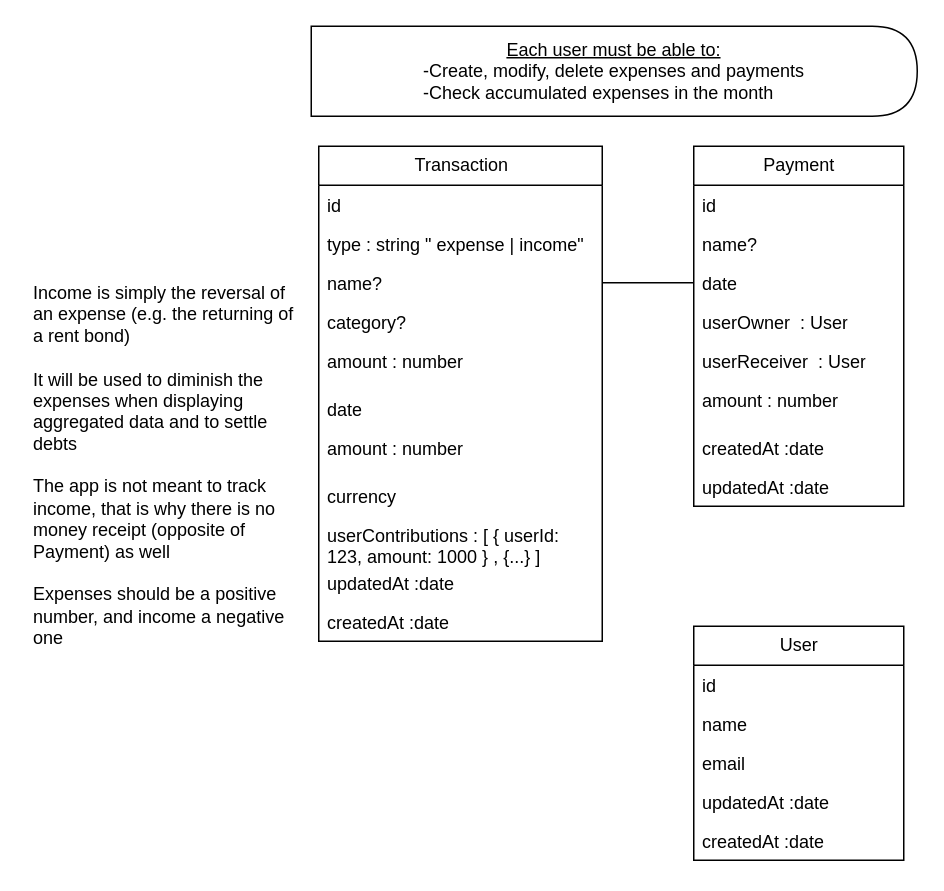
Earlier version of the draw.io diagram specsAndEntities.drawio (jandreslami/splitmoney). Source tidied: cells renumbered, new cells numbered last; positions are measured from the earlier drawing's top-left corner, leaving out a move shared by most shapes. Both pictures are drawn from the tidied source at 150%, with x=0, y=0 at pixel (26, 26).
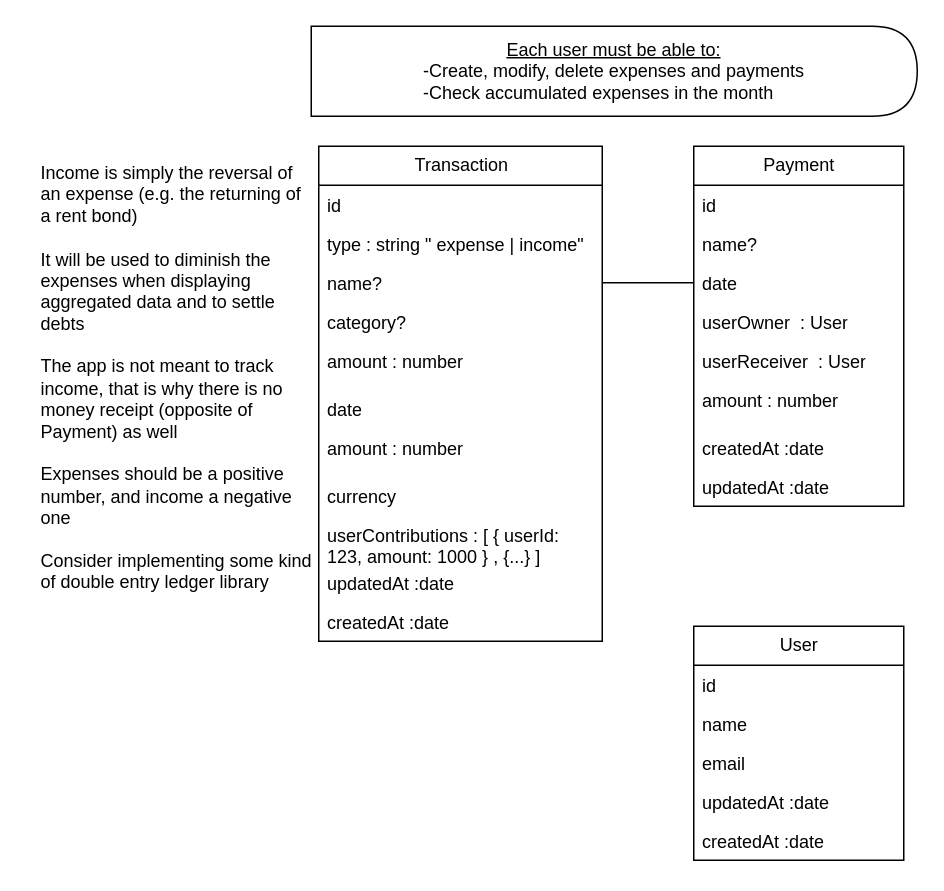
Above is the later version.

Commit message:
Update entities model

Diff of the diagram source:
```diff
@@
-    <mxCell id="31" value="&lt;h1&gt;&lt;br&gt;&lt;/h1&gt;&lt;div&gt;Income is simply the reversal of an expense (e.g. the returning of a rent bond)&lt;/div&gt;&lt;div&gt;&lt;br&gt;&lt;/div&gt;&lt;div&gt;It will be used to diminish the expenses when displaying aggregated data and to settle debts&lt;/div&gt;&lt;div&gt;&lt;br&gt;&lt;/div&gt;&lt;div&gt;The app is not meant to track income, that is why there is no money receipt (opposite of Payment) as well&lt;/div&gt;&lt;div&gt;&lt;br&gt;&lt;/div&gt;&lt;div&gt;Expenses should be a positive number, and income a negative one&lt;/div&gt;" style="text;html=1;strokeColor=none;fillColor=none;spacing=5;spacingTop=-20;whiteSpace=wrap;overflow=hidden;rounded=0;" parent="1" vertex="1">
-      <mxGeometry y="120" width="190" height="320" as="geometry" />
+    <mxCell id="31" value="&lt;h1&gt;&lt;br&gt;&lt;/h1&gt;&lt;div&gt;Income is simply the reversal of an expense (e.g. the returning of a rent bond)&lt;/div&gt;&lt;div&gt;&lt;br&gt;&lt;/div&gt;&lt;div&gt;It will be used to diminish the expenses when displaying aggregated data and to settle debts&lt;/div&gt;&lt;div&gt;&lt;br&gt;&lt;/div&gt;&lt;div&gt;The app is not meant to track income, that is why there is no money receipt (opposite of Payment) as well&lt;/div&gt;&lt;div&gt;&lt;br&gt;&lt;/div&gt;&lt;div&gt;Expenses should be a positive number, and income a negative one&lt;/div&gt;&lt;div&gt;&lt;br&gt;&lt;/div&gt;&lt;div&gt;Consider implementing some kind of double entry ledger library&lt;/div&gt;" style="text;html=1;strokeColor=none;fillColor=none;spacing=5;spacingTop=-20;whiteSpace=wrap;overflow=hidden;rounded=0;" parent="1" vertex="1">
+      <mxGeometry x="5" y="40" width="190" height="379" as="geometry" />
     </mxCell>
```
